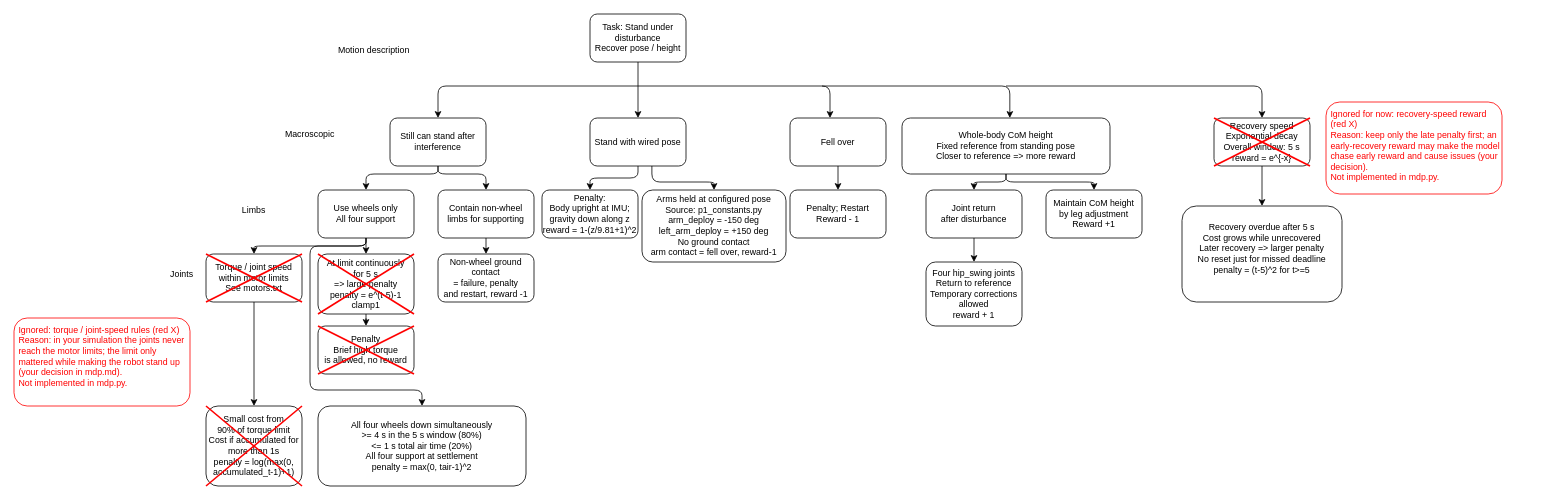
This is p1_velocity/src/p1_velocity/specification/reward_design.drawio from LeoCalculus/RL-demo, a draw.io file, before an edit. Source tidied: cells renumbered, new cells numbered last; positions are measured from the earlier drawing's top-left corner, leaving out a move shared by most shapes. Both pictures are drawn from the tidied source at 80%, with x=0, y=0 at pixel (14, 14).
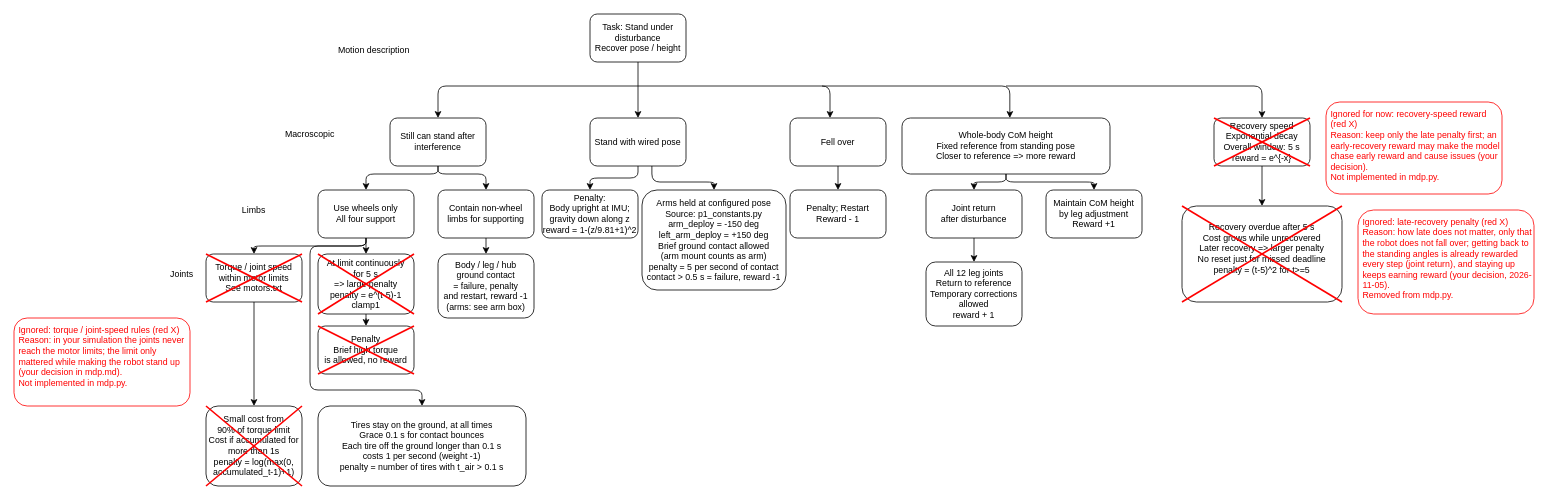
The same page after the edit.

The edit, as a diff of the source:
```diff
@@
-    <mxCell id="13" value="Non-wheel ground contact&#10;= failure, penalty&#10;and restart, reward -1" style="rounded=1;whiteSpace=wrap;html=0;roundedPerimeter=1;fontSize=11;fontFamily=Helvetica;" parent="1" vertex="1">
-      <mxGeometry x="530" y="300" width="120" height="60" as="geometry" />
+    <mxCell id="13" value="Body / leg / hub&#10;ground contact&#10;= failure, penalty&#10;and restart, reward -1&#10;(arms: see arm box)" style="rounded=1;whiteSpace=wrap;html=0;roundedPerimeter=1;fontSize=11;fontFamily=Helvetica;" parent="1" vertex="1">
+      <mxGeometry x="530" y="300" width="120" height="80" as="geometry" />
     </mxCell>
@@
-    <mxCell id="20" value="Four hip_swing joints&#10;Return to reference&#10;Temporary corrections&#10;allowed&#10;reward + 1" style="rounded=1;whiteSpace=wrap;html=0;roundedPerimeter=1;fontSize=11;fontFamily=Helvetica;" parent="1" vertex="1">
+    <mxCell id="20" value="All 12 leg joints&#10;Return to reference&#10;Temporary corrections&#10;allowed&#10;reward + 1" style="rounded=1;whiteSpace=wrap;html=0;roundedPerimeter=1;fontSize=11;fontFamily=Helvetica;" parent="1" vertex="1">
       <mxGeometry x="1140" y="310" width="120" height="80" as="geometry" />
     </mxCell>
@@
-    <mxCell id="23" value="All four wheels down simultaneously&lt;br&gt;&amp;gt;= 4 s in the 5 s window (80%)&lt;br&gt;&amp;lt;= 1 s total air time (20%)&lt;br&gt;All four support at settlement&lt;br&gt;penalty = max(0, tair-1)^2" style="rounded=1;whiteSpace=wrap;html=1;roundedPerimeter=1;fontSize=11;fontFamily=Helvetica;fontColor=#000000;" parent="1" vertex="1">
+    <mxCell id="23" value="Tires stay on the ground, at all times&lt;br&gt;Grace 0.1 s for contact bounces&lt;br&gt;Each tire off the ground longer than 0.1 s&lt;br&gt;costs 1 per second (weight -1)&lt;br&gt;penalty = number of tires with t_air &amp;gt; 0.1 s" style="rounded=1;whiteSpace=wrap;html=1;roundedPerimeter=1;fontSize=11;fontFamily=Helvetica;fontColor=#000000;" parent="1" vertex="1">
       <mxGeometry x="380" y="490" width="260" height="100" as="geometry" />
     </mxCell>
@@
-    <mxCell id="25" value="Arms held at configured pose&#10;Source: p1_constants.py&#10;arm_deploy = -150 deg&#10;left_arm_deploy = +150 deg&#10;No ground contact&#10;arm contact = fell over, reward-1" style="rounded=1;whiteSpace=wrap;html=0;roundedPerimeter=1;fontSize=11;fontFamily=Helvetica;" parent="1" vertex="1">
-      <mxGeometry x="785" y="220" width="180" height="90" as="geometry" />
+    <mxCell id="25" value="Arms held at configured pose&#10;Source: p1_constants.py&#10;arm_deploy = -150 deg&#10;left_arm_deploy = +150 deg&#10;Brief ground contact allowed&#10;(arm mount counts as arm)&#10;penalty = 5 per second of contact&#10;contact &gt; 0.5 s = failure, reward -1" style="rounded=1;whiteSpace=wrap;html=0;roundedPerimeter=1;fontSize=11;fontFamily=Helvetica;" parent="1" vertex="1">
+      <mxGeometry x="785" y="220" width="180" height="125" as="geometry" />
     </mxCell>
@@
+    <mxCell id="59" style="endArrow=none;html=0;strokeColor=#FF0000;strokeWidth=2;" parent="1" edge="1">
+      <mxGeometry relative="1" as="geometry">
+        <mxPoint x="1460" y="240" as="sourcePoint" />
+        <mxPoint x="1660" y="360" as="targetPoint" />
+      </mxGeometry>
+    </mxCell>
+    <mxCell id="60" style="endArrow=none;html=0;strokeColor=#FF0000;strokeWidth=2;" parent="1" edge="1">
+      <mxGeometry relative="1" as="geometry">
+        <mxPoint x="1660" y="240" as="sourcePoint" />
+        <mxPoint x="1460" y="360" as="targetPoint" />
+      </mxGeometry>
+    </mxCell>
+    <mxCell id="61" value="Ignored: late-recovery penalty (red X)&#10;Reason: how late does not matter, only that the robot does not fall over; getting back to the standing angles is already rewarded every step (joint return), and staying up keeps earning reward (your decision, 2026-11-05).&#10;Removed from mdp.py." style="rounded=1;whiteSpace=wrap;html=0;fontSize=11;fontFamily=Helvetica;fontColor=#FF0000;strokeColor=#FF0000;fillColor=none;align=left;verticalAlign=top;spacingLeft=4;spacingTop=2;" parent="1" vertex="1">
+      <mxGeometry x="1680" y="245" width="220" height="130" as="geometry" />
+    </mxCell>
```
